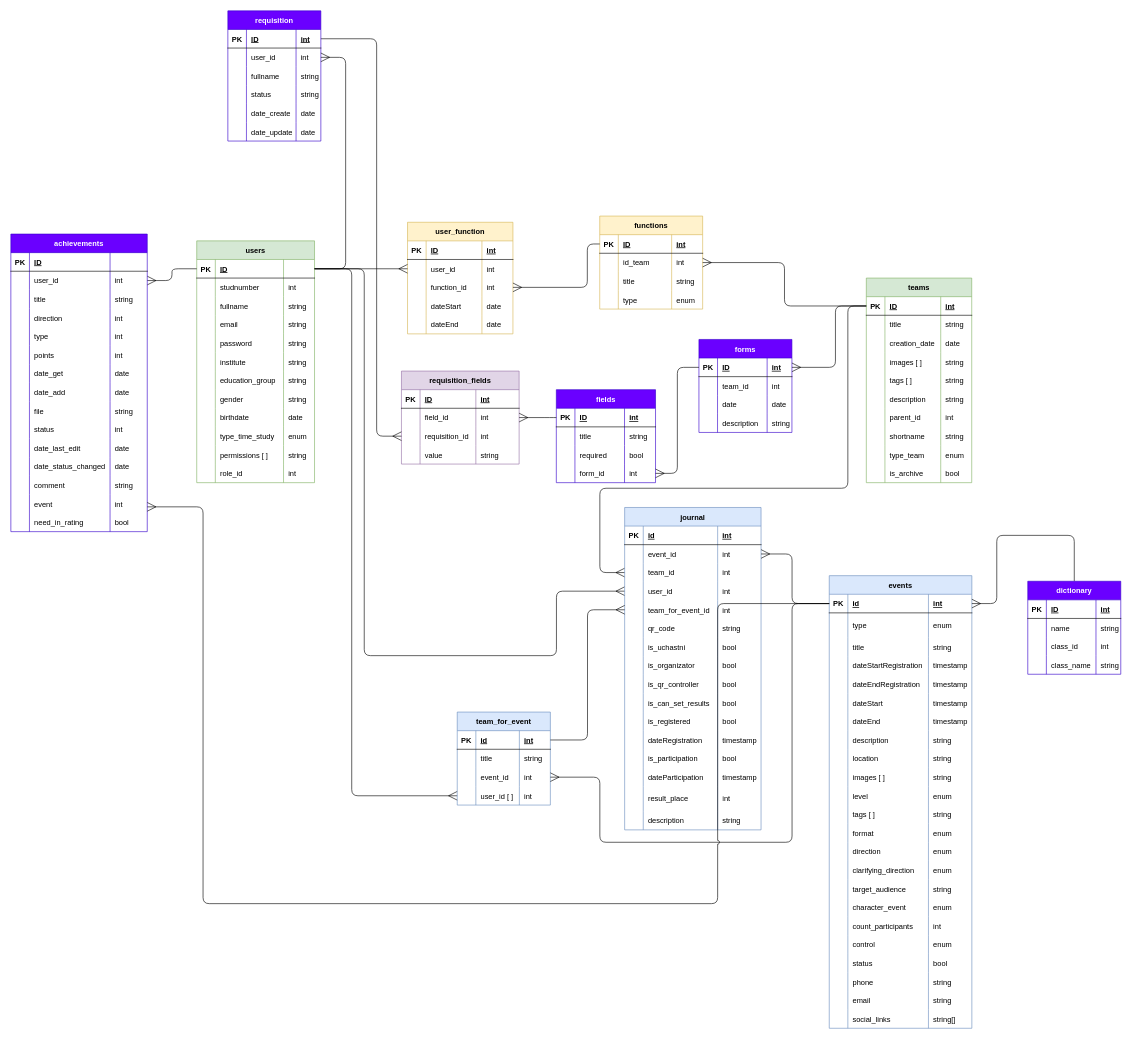
KomogortsevaYulia/Raiting-Teams-Events keeps this draw.io diagram as page "Физическая" (2 of 3) of Схема БД.drawio. Above is the earlier version. Source tidied: cells renumbered, new cells numbered last; positions are measured from the earlier drawing's top-left corner, leaving out a move shared by most shapes. Both pictures are drawn from the tidied source at 62%, with x=0, y=0 at pixel (11, 11).
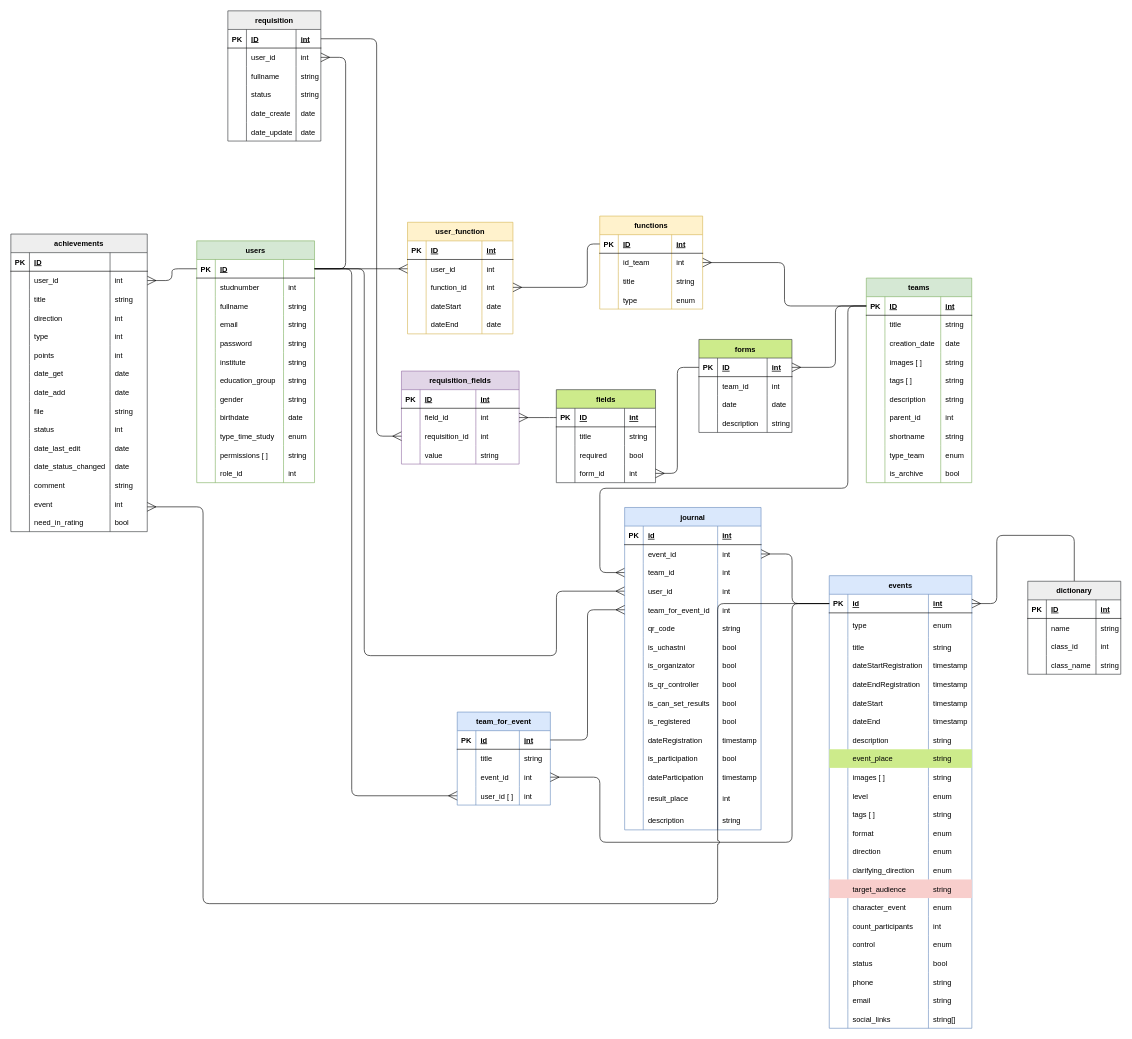
Above is the later version.

Unchanged cells that the change refers to:
```xml
<mxCell id="190" value="events" style="shape=table;startSize=30;childLayout=tableLayout;rowLines=0;fontStyle=1;align=center;fillColor=#dae8fc;strokeColor=#6c8ebf;" parent="1" vertex="1">
  <mxGeometry x="1320" y="911" width="230" height="730" as="geometry" />
</mxCell>
```

The edit, as a diff of the source:
```diff
@@
-    <mxCell id="133" value="fields" style="shape=table;startSize=30;childLayout=tableLayout;rowLines=0;fontStyle=1;align=center;fillColor=#6a00ff;strokeColor=#3700CC;fontColor=#ffffff;" parent="1" vertex="1">
+    <mxCell id="133" value="fields" style="shape=table;startSize=30;childLayout=tableLayout;rowLines=0;fontStyle=1;align=center;fillColor=#cdeb8b;strokeColor=#36393d;" parent="1" vertex="1">
       <mxGeometry x="879.8" y="611" width="160" height="150" as="geometry" />
     </mxCell>
@@
-    <mxCell id="150" value="forms" style="shape=table;startSize=30;childLayout=tableLayout;rowLines=0;fontStyle=1;align=center;fillColor=#6a00ff;strokeColor=#3700CC;fontColor=#ffffff;" parent="1" vertex="1">
+    <mxCell id="150" value="forms" style="shape=table;startSize=30;childLayout=tableLayout;rowLines=0;fontStyle=1;align=center;fillColor=#cdeb8b;strokeColor=#36393d;" parent="1" vertex="1">
       <mxGeometry x="1109.8" y="530" width="150" height="150" as="geometry" />
     </mxCell>
@@
-    <mxCell id="223" style="shape=tableRow;horizontal=0;startSize=0;swimlaneHead=0;swimlaneBody=0;fillColor=none;top=0;left=0;right=0;bottom=0;" parent="190" vertex="1">
+    <mxCell id="223" style="shape=tableRow;horizontal=0;startSize=0;swimlaneHead=0;swimlaneBody=0;fillColor=#cdeb8b;top=0;left=0;right=0;bottom=0;strokeColor=#36393d;" parent="190" vertex="1">
       <mxGeometry y="280" width="230" height="30" as="geometry" />
     </mxCell>
@@
-    <mxCell id="225" value="location" style="shape=partialRectangle;fillColor=none;top=0;left=0;bottom=0;right=0;align=left;spacingLeft=6;overflow=hidden;strokeColor=#82b366;" parent="223" vertex="1">
+    <mxCell id="225" value="event_place" style="shape=partialRectangle;fillColor=none;top=0;left=0;bottom=0;right=0;align=left;spacingLeft=6;overflow=hidden;strokeColor=#82b366;" parent="223" vertex="1">
       <mxGeometry x="30" width="130" height="30" as="geometry" />
     </mxCell>
@@
-    <mxCell id="251" style="shape=tableRow;horizontal=0;startSize=0;swimlaneHead=0;swimlaneBody=0;fillColor=none;top=0;left=0;right=0;bottom=0;" parent="190" vertex="1">
+    <mxCell id="251" style="shape=tableRow;horizontal=0;startSize=0;swimlaneHead=0;swimlaneBody=0;fillColor=#f8cecc;top=0;left=0;right=0;bottom=0;strokeColor=#b85450;" parent="190" vertex="1">
       <mxGeometry y="490" width="230" height="30" as="geometry" />
     </mxCell>
@@
-    <mxCell id="370" value="achievements" style="shape=table;startSize=30;childLayout=tableLayout;rowLines=0;fontStyle=1;align=center;fillColor=#6a00ff;strokeColor=#3700CC;fontColor=#ffffff;" parent="1" vertex="1">
+    <mxCell id="370" value="achievements" style="shape=table;startSize=30;childLayout=tableLayout;rowLines=0;fontStyle=1;align=center;fillColor=#eeeeee;strokeColor=#36393d;" parent="1" vertex="1">
       <mxGeometry y="360" width="220" height="480" as="geometry" />
     </mxCell>
@@
-    <mxCell id="431" value="dictionary" style="shape=table;startSize=30;childLayout=tableLayout;rowLines=0;fontStyle=1;align=center;fillColor=#6a00ff;strokeColor=#3700CC;fontColor=#ffffff;" parent="1" vertex="1">
+    <mxCell id="431" value="dictionary" style="shape=table;startSize=30;childLayout=tableLayout;rowLines=0;fontStyle=1;align=center;fillColor=#eeeeee;strokeColor=#36393d;" parent="1" vertex="1">
       <mxGeometry x="1640.2" y="920" width="150" height="150" as="geometry" />
     </mxCell>
@@
-    <mxCell id="449" value="requisition" style="shape=table;startSize=30;childLayout=tableLayout;rowLines=0;fontStyle=1;align=center;fillColor=#6a00ff;strokeColor=#3700CC;fontColor=#ffffff;" parent="1" vertex="1">
+    <mxCell id="449" value="requisition" style="shape=table;startSize=30;childLayout=tableLayout;rowLines=0;fontStyle=1;align=center;fillColor=#eeeeee;strokeColor=#36393d;" parent="1" vertex="1">
       <mxGeometry x="350" width="150" height="210" as="geometry" />
     </mxCell>
```
